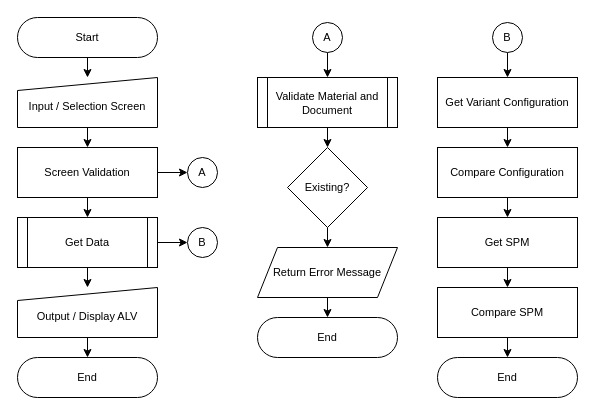
The draw.io diagram SD-R1115.drawio in ivanpilariza/assignment, before the edit. Source tidied: cells renumbered, new cells numbered last; positions are measured from the earlier drawing's top-left corner, leaving out a move shared by most shapes. Both pictures are drawn from the tidied source at 100%, with x=0, y=0 at pixel (17, 17).
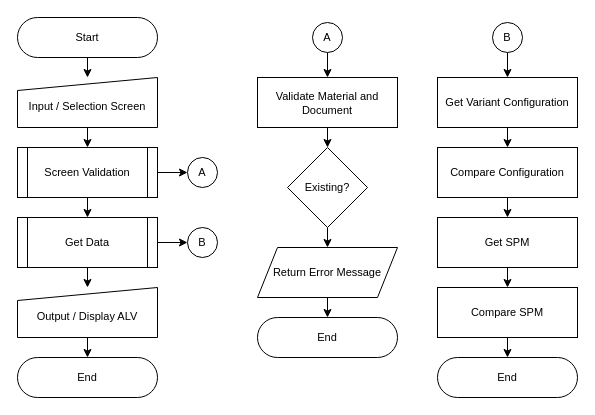
The same diagram, later.

What changed in the source:
```diff
@@
-    <mxCell id="8" value="Screen Validation" style="shape=process;whiteSpace=wrap;html=1;backgroundOutline=1;fontSize=11;size=0;" parent="1" vertex="1">
+    <mxCell id="8" value="Screen Validation" style="shape=process;whiteSpace=wrap;html=1;backgroundOutline=1;fontSize=11;size=0.07142857142857142;" parent="1" vertex="1">
       <mxGeometry y="130" width="140" height="50" as="geometry" />
     </mxCell>
@@
-    <mxCell id="29" value="Validate Material and Document" style="shape=process;whiteSpace=wrap;html=1;backgroundOutline=1;fontSize=11;spacingTop=2;size=0.07142857142857142;" parent="1" vertex="1">
+    <mxCell id="29" value="Validate Material and Document" style="shape=process;whiteSpace=wrap;html=1;backgroundOutline=1;fontSize=11;spacingTop=2;size=0;" parent="1" vertex="1">
       <mxGeometry x="240" y="60" width="140" height="50" as="geometry" />
     </mxCell>
```
